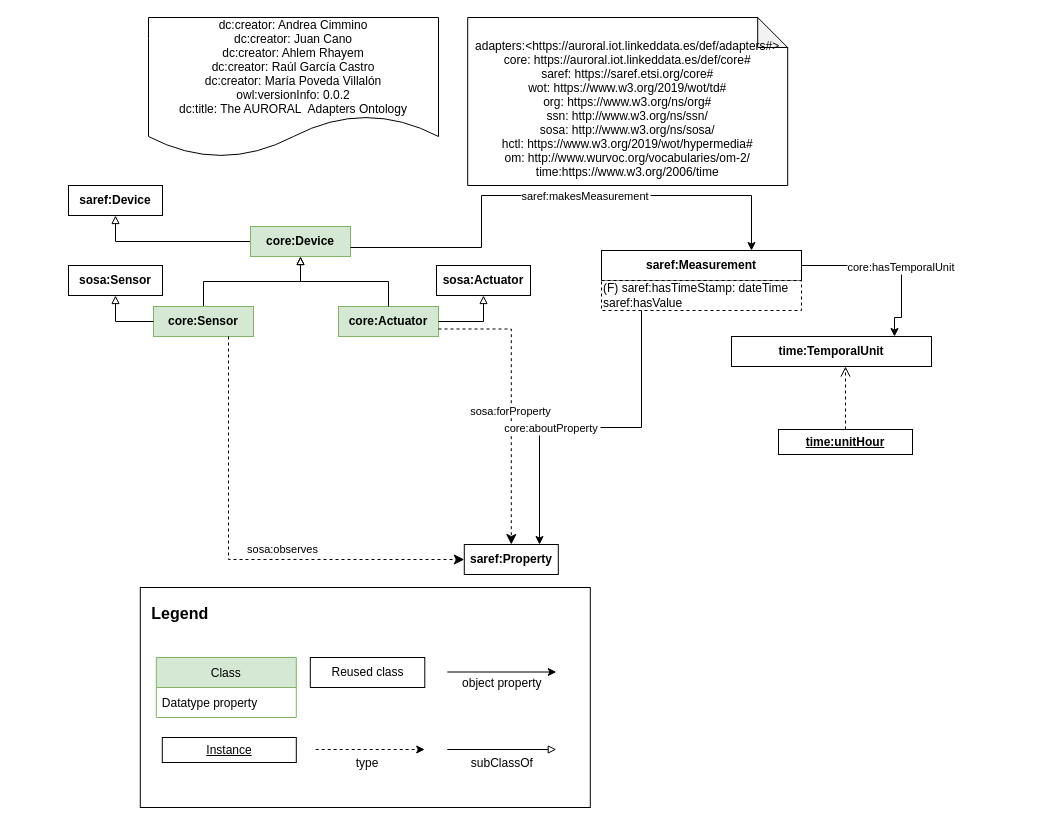
Above: page "V2" (1 of 2) of Diagrams/adapters-general.drawio in oeg-upm/auroral-adapters-ontology (draw.io), before the change. Source tidied: cells renumbered, new cells numbered last; positions are measured from the earlier drawing's top-left corner, leaving out a move shared by most shapes. Both pictures are drawn from the tidied source at 100%, with x=0, y=0 at pixel (68, 17).
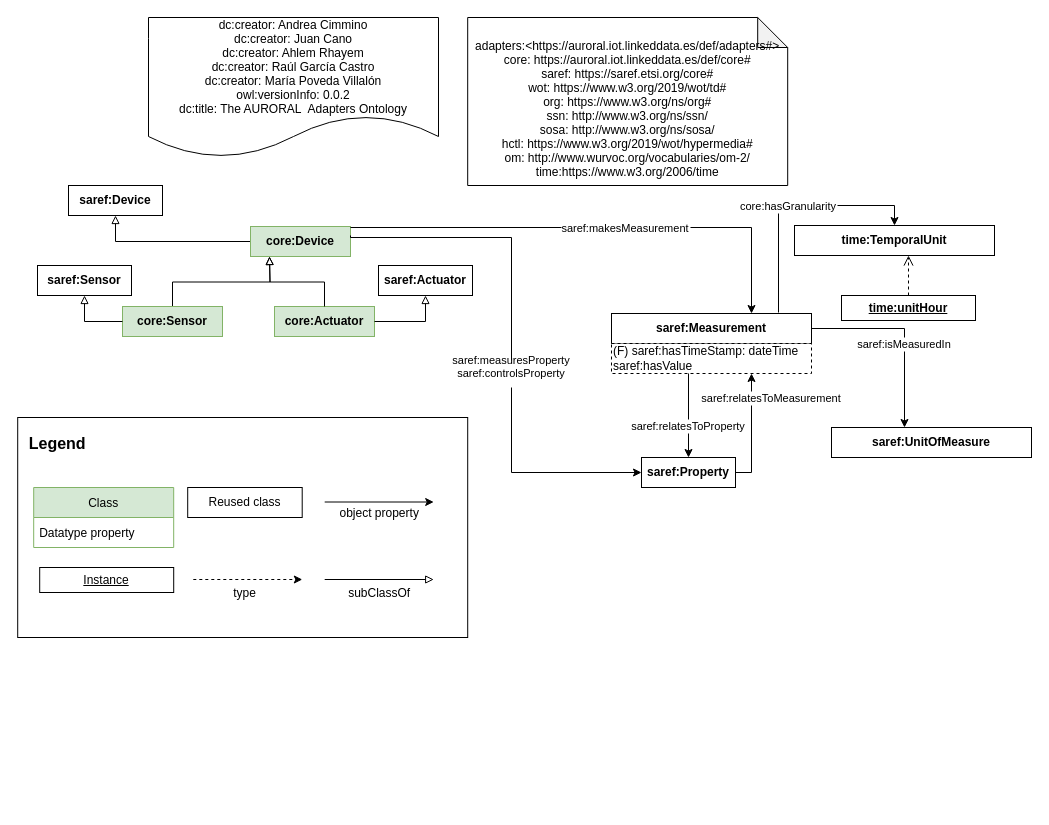
After the change.

Commit message (it also covers changes not shown here):
aligned to saref

Unchanged cells that the change refers to:
```xml
<mxCell id="6" value="&lt;b&gt;core:Device&lt;/b&gt;" style="rounded=0;whiteSpace=wrap;html=1;fillColor=#d5e8d4;strokeColor=#82b366;points=[[0.1,0],[0.2,0],[0.3,0],[0.4,0],[0.5,0],[0.6,0],[0.7,0],[0.8,0],[0.9,0],[0,0.1],[0,0.3],[0,0.5],[0,0.7],[0,0.9],[0.1,1],[0.2,1],[0.3,1],[0.4,1],[0.5,1],[0.6,1],[0.7,1],[0.8,1],[0.9,1],[1,0.1],[1,0.3],[1,0.5],[1,0.7],[1,0.9]];" parent="1" vertex="1">
  <mxGeometry x="182" y="209" width="100" height="30" as="geometry" />
</mxCell>
```

Diff of the diagram source:
```diff
@@
     <mxCell id="7" style="rounded=0;whiteSpace=wrap;html=1;" parent="1" vertex="1">
-      <mxGeometry x="71.8" y="570" width="450" height="220" as="geometry" />
+      <mxGeometry x="-50.8" y="400" width="450" height="220" as="geometry" />
     </mxCell>
     <mxCell id="8" value="Legend" style="text;strokeColor=none;fillColor=none;align=center;verticalAlign=middle;rounded=0;fontStyle=1;fontSize=16;" parent="1" vertex="1">
-      <mxGeometry x="81.8" y="580" width="60" height="30" as="geometry" />
+      <mxGeometry x="-40.8" y="410" width="60" height="30" as="geometry" />
     </mxCell>
     <mxCell id="9" value="Class" style="swimlane;fontStyle=0;horizontal=1;startSize=30;fillColor=#d5e8d4;strokeColor=#82b366;" parent="1" vertex="1">
-      <mxGeometry x="87.8" y="640" width="140" height="60" as="geometry" />
+      <mxGeometry x="-34.8" y="470" width="140" height="60" as="geometry" />
     </mxCell>
@@
     <mxCell id="11" value="&lt;u&gt;Instance&lt;/u&gt;" style="rounded=0;whiteSpace=wrap;html=1;" parent="1" vertex="1">
-      <mxGeometry x="93.8" y="720" width="134" height="25" as="geometry" />
+      <mxGeometry x="-28.8" y="550" width="134" height="25" as="geometry" />
     </mxCell>
     <mxCell id="12" value="Reused class" style="rounded=0;whiteSpace=wrap;html=1;" parent="1" vertex="1">
-      <mxGeometry x="241.8" y="640" width="114.5" height="30" as="geometry" />
+      <mxGeometry x="119.2" y="470" width="114.5" height="30" as="geometry" />
     </mxCell>
     <mxCell id="13" style="edgeStyle=orthogonalEdgeStyle;rounded=0;orthogonalLoop=1;jettySize=auto;html=1;endArrow=classic;endFill=1;dashed=1;" parent="1" edge="1">
       <mxGeometry relative="1" as="geometry">
-        <mxPoint x="247.2" y="732" as="sourcePoint" />
-        <mxPoint x="356.2" y="732" as="targetPoint" />
+        <mxPoint x="124.8" y="562" as="sourcePoint" />
+        <mxPoint x="233.8" y="562" as="targetPoint" />
         <Array as="points">
-          <mxPoint x="247.2" y="732" />
+          <mxPoint x="124.8" y="562" />
         </Array>
       </mxGeometry>
     </mxCell>
     <mxCell id="14" style="edgeStyle=orthogonalEdgeStyle;rounded=0;orthogonalLoop=1;jettySize=auto;html=1;endArrow=classic;endFill=1;" parent="1" edge="1">
       <mxGeometry relative="1" as="geometry">
-        <mxPoint x="378.8" y="654.5" as="sourcePoint" />
-        <mxPoint x="487.8" y="654.5" as="targetPoint" />
+        <mxPoint x="256.2" y="484.5" as="sourcePoint" />
+        <mxPoint x="365.2" y="484.5" as="targetPoint" />
         <Array as="points">
-          <mxPoint x="378.8" y="654.5" />
+          <mxPoint x="256.2" y="484.5" />
         </Array>
       </mxGeometry>
     </mxCell>
     <mxCell id="15" style="edgeStyle=orthogonalEdgeStyle;rounded=0;orthogonalLoop=1;jettySize=auto;html=1;endArrow=block;endFill=0;" parent="1" edge="1">
       <mxGeometry relative="1" as="geometry">
-        <mxPoint x="378.8" y="732" as="sourcePoint" />
-        <mxPoint x="487.8" y="732" as="targetPoint" />
+        <mxPoint x="256.2" y="562" as="sourcePoint" />
+        <mxPoint x="365.2" y="562" as="targetPoint" />
         <Array as="points">
-          <mxPoint x="378.8" y="732" />
+          <mxPoint x="256.2" y="562" />
         </Array>
       </mxGeometry>
     </mxCell>
     <mxCell id="16" value="type" style="text;strokeColor=none;fillColor=none;align=center;verticalAlign=middle;rounded=0;" parent="1" vertex="1">
-      <mxGeometry x="269" y="730" width="60" height="30" as="geometry" />
+      <mxGeometry x="146.5" y="560" width="60" height="30" as="geometry" />
     </mxCell>
     <mxCell id="17" value="object property" style="text;strokeColor=none;fillColor=none;align=center;verticalAlign=middle;rounded=0;" parent="1" vertex="1">
-      <mxGeometry x="378.8" y="650" width="110" height="30" as="geometry" />
+      <mxGeometry x="256.2" y="480" width="110" height="30" as="geometry" />
     </mxCell>
     <mxCell id="18" value="subClassOf" style="text;strokeColor=none;fillColor=none;align=center;verticalAlign=middle;rounded=0;" parent="1" vertex="1">
-      <mxGeometry x="378.8" y="730" width="110" height="30" as="geometry" />
+      <mxGeometry x="256.2" y="560" width="110" height="30" as="geometry" />
     </mxCell>
-    <mxCell id="19" style="edgeStyle=orthogonalEdgeStyle;rounded=0;jettySize=auto;html=1;exitX=0.5;exitY=0;exitDx=0;exitDy=0;fontSize=11;endArrow=block;endFill=0;entryX=0.5;entryY=1;entryDx=0;entryDy=0;" parent="1" edge="1" source="20" target="6">
-      <mxGeometry relative="1" as="geometry" />
+    <mxCell id="19" style="edgeStyle=orthogonalEdgeStyle;rounded=0;jettySize=auto;html=1;exitX=0.5;exitY=0;exitDx=0;exitDy=0;fontSize=11;endArrow=block;endFill=0;entryX=0.5;entryY=1;entryDx=0;entryDy=0;" parent="1" edge="1" source="20">
+      <mxGeometry relative="1" as="geometry">
+        <mxPoint x="201" y="239" as="targetPoint" />
+      </mxGeometry>
     </mxCell>
     <mxCell id="20" value="&lt;b&gt;core:Sensor&lt;/b&gt;" style="rounded=0;whiteSpace=wrap;html=1;fillColor=#d5e8d4;strokeColor=#82b366;" parent="1" vertex="1">
-      <mxGeometry x="85" y="289" width="100" height="30" as="geometry" />
+      <mxGeometry x="54" y="289" width="100" height="30" as="geometry" />
     </mxCell>
     <mxCell id="21" value="&lt;b&gt;core:Actuator&lt;/b&gt;" style="rounded=0;whiteSpace=wrap;html=1;fillColor=#d5e8d4;strokeColor=#82b366;" parent="1" vertex="1">
-      <mxGeometry x="270" y="289" width="100" height="30" as="geometry" />
+      <mxGeometry x="206" y="289" width="100" height="30" as="geometry" />
     </mxCell>
-    <mxCell id="22" style="edgeStyle=orthogonalEdgeStyle;rounded=0;jettySize=auto;html=1;exitX=0.5;exitY=0;exitDx=0;exitDy=0;fontSize=11;endArrow=block;endFill=0;entryX=0.5;entryY=1;entryDx=0;entryDy=0;" parent="1" edge="1" source="21" target="6">
-      <mxGeometry relative="1" as="geometry" />
+    <mxCell id="22" style="edgeStyle=orthogonalEdgeStyle;rounded=0;jettySize=auto;html=1;exitX=0.5;exitY=0;exitDx=0;exitDy=0;fontSize=11;endArrow=block;endFill=0;entryX=0.5;entryY=1;entryDx=0;entryDy=0;" parent="1" edge="1" source="21">
+      <mxGeometry relative="1" as="geometry">
+        <mxPoint x="201" y="239" as="targetPoint" />
+      </mxGeometry>
     </mxCell>
-    <mxCell id="23" value="&lt;b&gt;sosa:Sensor&lt;/b&gt;" style="rounded=0;whiteSpace=wrap;html=1;" parent="1" vertex="1">
-      <mxGeometry y="248" width="94" height="30" as="geometry" />
+    <mxCell id="23" value="&lt;b&gt;saref:Sensor&lt;/b&gt;" style="rounded=0;whiteSpace=wrap;html=1;" parent="1" vertex="1">
+      <mxGeometry x="-31" y="248" width="94" height="30" as="geometry" />
     </mxCell>
-    <mxCell id="24" value="&lt;b&gt;sosa:Actuator&lt;/b&gt;" style="rounded=0;whiteSpace=wrap;html=1;" parent="1" vertex="1">
-      <mxGeometry x="368" y="248" width="94" height="30" as="geometry" />
+    <mxCell id="24" value="&lt;b&gt;saref:Actuator&lt;/b&gt;" style="rounded=0;whiteSpace=wrap;html=1;" parent="1" vertex="1">
+      <mxGeometry x="310" y="248" width="94" height="30" as="geometry" />
     </mxCell>
@@
     <mxCell id="27" value="&lt;b&gt;saref:Property&lt;/b&gt;" style="rounded=0;whiteSpace=wrap;html=1;points=[[0.1,0],[0.2,0],[0.3,0],[0.4,0],[0.5,0],[0.6,0],[0.7,0],[0.8,0],[0.9,0],[0,0.1],[0,0.3],[0,0.5],[0,0.7],[0,0.9],[0.1,1],[0.2,1],[0.3,1],[0.4,1],[0.5,1],[0.6,1],[0.7,1],[0.8,1],[0.9,1],[1,0.1],[1,0.3],[1,0.5],[1,0.7],[1,0.9]];" parent="1" vertex="1">
-      <mxGeometry x="395.8" y="527" width="94" height="30" as="geometry" />
+      <mxGeometry x="573" y="440" width="94" height="30" as="geometry" />
     </mxCell>
-    <mxCell id="28" style="endArrow=classic;html=1;exitX=0.75;exitY=1;exitDx=0;exitDy=0;endSize=8;dashed=1;arcSize=0;edgeStyle=orthogonalEdgeStyle;entryX=0;entryY=0.5;entryDx=0;entryDy=0;" parent="1" edge="1" source="20" target="27">
-      <mxGeometry relative="1" as="geometry" />
-    </mxCell>
-    <mxCell id="29" value="&lt;div&gt;sosa:observes&lt;/div&gt;" style="edgeLabel;html=1;align=center;verticalAlign=middle;" parent="28" vertex="1">
-      <mxGeometry x="-0.19" y="-1" relative="1" as="geometry">
-        <mxPoint x="54" y="26" as="offset" />
-      </mxGeometry>
-    </mxCell>
-    <mxCell id="30" style="endArrow=classic;html=1;entryX=0.5;entryY=0;entryDx=0;entryDy=0;endSize=8;dashed=1;arcSize=0;edgeStyle=orthogonalEdgeStyle;exitX=1;exitY=0.75;exitDx=0;exitDy=0;" parent="1" edge="1" source="21" target="27">
-      <mxGeometry relative="1" as="geometry" />
-    </mxCell>
-    <mxCell id="31" value="&lt;div&gt;sosa:forProperty&lt;/div&gt;" style="edgeLabel;html=1;align=center;verticalAlign=middle;" parent="30" vertex="1">
-      <mxGeometry x="-0.19" y="-1" relative="1" as="geometry">
-        <mxPoint y="38" as="offset" />
-      </mxGeometry>
-    </mxCell>
     <mxCell id="32" value="&lt;b&gt;saref:Measurement&lt;/b&gt;" style="rounded=0;whiteSpace=wrap;html=1;" parent="1" vertex="1">
-      <mxGeometry x="533" y="233" width="200" height="30" as="geometry" />
+      <mxGeometry x="543" y="296" width="200" height="30" as="geometry" />
     </mxCell>
     <mxCell id="33" value="(F) saref:hasTimeStamp: dateTime&lt;br&gt;saref:hasValue" style="rounded=0;whiteSpace=wrap;html=1;snapToPoint=1;points=[[0.1,0],[0.2,0],[0.3,0],[0.4,0],[0.5,0],[0.6,0],[0.7,0],[0.8,0],[0.9,0],[0,0.1],[0,0.3],[0,0.5],[0,0.7],[0,0.9],[0.1,1],[0.2,1],[0.3,1],[0.4,1],[0.5,1],[0.6,1],[0.7,1],[0.8,1],[0.9,1],[1,0.1],[1,0.3],[1,0.5],[1,0.7],[1,0.9]];dashed=1;align=left;" parent="1" vertex="1">
-      <mxGeometry x="533" y="263" width="200" height="30" as="geometry" />
+      <mxGeometry x="543" y="326" width="200" height="30" as="geometry" />
     </mxCell>
-    <mxCell id="34" value="saref:makesMeasurement" style="edgeStyle=orthogonalEdgeStyle;rounded=0;jettySize=auto;fontSize=11;endArrow=classic;endFill=1;exitX=1;exitY=0.7;exitDx=0;exitDy=0;" parent="1" edge="1" source="6" target="32">
+    <mxCell id="34" value="saref:makesMeasurement" style="edgeStyle=orthogonalEdgeStyle;rounded=0;jettySize=auto;fontSize=11;endArrow=classic;endFill=1;" parent="1" edge="1" source="6" target="32">
       <mxGeometry x="0.13" relative="1" as="geometry">
         <Array as="points">
-          <mxPoint x="413" y="230" />
-          <mxPoint x="413" y="178" />
-          <mxPoint x="683" y="178" />
+          <mxPoint x="683" y="210" />
         </Array>
       </mxGeometry>
     </mxCell>
-    <mxCell id="35" value="core:aboutProperty" style="edgeStyle=orthogonalEdgeStyle;rounded=0;jettySize=auto;exitX=0.2;exitY=1;exitDx=0;exitDy=0;fontSize=11;endArrow=classic;endFill=1;entryX=0.8;entryY=0;entryDx=0;entryDy=0;" parent="1" edge="1" source="33" target="27">
-      <mxGeometry x="0.23" relative="1" as="geometry" />
+    <mxCell id="35" value="saref:relatesToProperty" style="edgeStyle=orthogonalEdgeStyle;rounded=0;jettySize=auto;fontSize=11;endArrow=classic;endFill=1;entryX=0.5;entryY=0;entryDx=0;entryDy=0;" parent="1" edge="1" target="27">
+      <mxGeometry x="0.23" relative="1" as="geometry">
+        <mxPoint x="620" y="356" as="sourcePoint" />
+        <Array as="points">
+          <mxPoint x="620" y="356" />
+        </Array>
+      </mxGeometry>
     </mxCell>
     <mxCell id="36" value="&lt;b&gt;time:TemporalUnit&lt;/b&gt;" style="rounded=0;whiteSpace=wrap;html=1;" parent="1" vertex="1">
-      <mxGeometry x="663" y="319" width="200" height="30" as="geometry" />
+      <mxGeometry x="726" y="208" width="200" height="30" as="geometry" />
     </mxCell>
     <mxCell id="37" value="&lt;u&gt;&lt;b&gt;time:unitHour&lt;/b&gt;&lt;/u&gt;" style="rounded=0;whiteSpace=wrap;html=1;" parent="1" vertex="1">
-      <mxGeometry x="710" y="412" width="134" height="25" as="geometry" />
+      <mxGeometry x="773" y="278" width="134" height="25" as="geometry" />
     </mxCell>
     <mxCell id="38" style="endArrow=open;html=1;fontColor=#000099;endFill=0;dashed=1;endSize=8;edgeStyle=orthogonalEdgeStyle;arcSize=0;" parent="1" edge="1" source="37" target="36">
       <mxGeometry relative="1" as="geometry">
         <Array as="points">
-          <mxPoint x="777" y="379" />
-          <mxPoint x="777" y="379" />
+          <mxPoint x="840" y="268" />
+          <mxPoint x="840" y="268" />
         </Array>
       </mxGeometry>
     </mxCell>
-    <mxCell id="39" value="core:hasTemporalUnit" style="edgeStyle=orthogonalEdgeStyle;rounded=0;jettySize=auto;fontSize=11;endArrow=classic;endFill=1;exitX=1;exitY=0.5;exitDx=0;exitDy=0;" parent="1" edge="1" source="32" target="36">
+    <mxCell id="39" value="core:hasGranularity" style="edgeStyle=orthogonalEdgeStyle;rounded=0;jettySize=auto;fontSize=11;endArrow=classic;endFill=1;exitX=0.835;exitY=-0.033;exitDx=0;exitDy=0;exitPerimeter=0;" parent="1" edge="1" source="32" target="36">
       <mxGeometry x="0.13" relative="1" as="geometry">
         <Array as="points">
-          <mxPoint x="833" y="248" />
-          <mxPoint x="833" y="300" />
-          <mxPoint x="826" y="300" />
+          <mxPoint x="710" y="190" />
+          <mxPoint x="687" y="190" />
+          <mxPoint x="687" y="188" />
+          <mxPoint x="826" y="188" />
         </Array>
       </mxGeometry>
     </mxCell>
+    <mxCell id="40" value="&lt;b&gt;saref:UnitOfMeasure&lt;/b&gt;" style="rounded=0;whiteSpace=wrap;html=1;" parent="1" vertex="1">
+      <mxGeometry x="763" y="410" width="200" height="30" as="geometry" />
+    </mxCell>
+    <mxCell id="41" value="saref:measuresProperty&#10;saref:controlsProperty&#10;" style="edgeStyle=orthogonalEdgeStyle;rounded=0;jettySize=auto;fontSize=11;endArrow=classic;endFill=1;exitX=1;exitY=0.3;exitDx=0;exitDy=0;entryX=0;entryY=0.5;entryDx=0;entryDy=0;" parent="1" edge="1" source="6" target="27">
+      <mxGeometry x="0.13" relative="1" as="geometry">
+        <Array as="points">
+          <mxPoint x="282" y="220" />
+          <mxPoint x="443" y="220" />
+          <mxPoint x="443" y="455" />
+        </Array>
+      </mxGeometry>
+    </mxCell>
+    <mxCell id="42" value="saref:relatesToMeasurement" style="edgeStyle=orthogonalEdgeStyle;rounded=0;jettySize=auto;fontSize=11;endArrow=classic;endFill=1;exitX=1;exitY=0.5;exitDx=0;exitDy=0;entryX=0.7;entryY=1;entryDx=0;entryDy=0;" parent="1" edge="1" source="27" target="33">
+      <mxGeometry x="0.58" y="-20" relative="1" as="geometry">
+        <Array as="points">
+          <mxPoint x="683" y="455" />
+        </Array>
+      </mxGeometry>
+    </mxCell>
+    <mxCell id="43" value="saref:isMeasuredIn" style="edgeStyle=orthogonalEdgeStyle;rounded=0;jettySize=auto;fontSize=11;endArrow=classic;endFill=1;exitX=1;exitY=0.5;exitDx=0;exitDy=0;" parent="1" edge="1" source="32" target="40">
+      <mxGeometry x="0.13" relative="1" as="geometry">
+        <Array as="points">
+          <mxPoint x="836" y="311" />
+        </Array>
+      </mxGeometry>
+    </mxCell>
```
